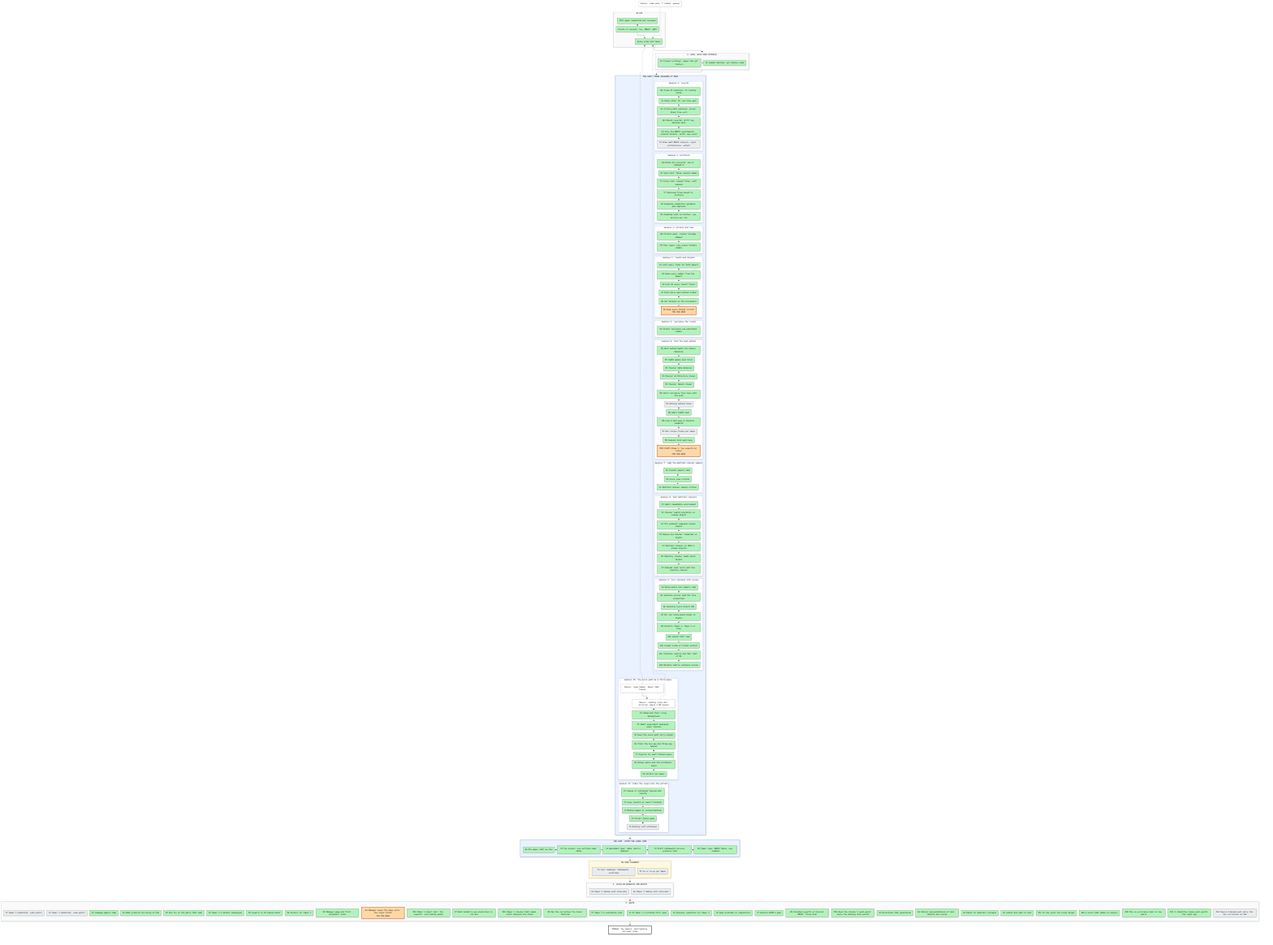
Above: artifacts/notes/progress/map.png in mo-rsa24/concept-composition (Mermaid), before the change. Its source is kept beside it as artifacts/notes/progress/map.mmd.
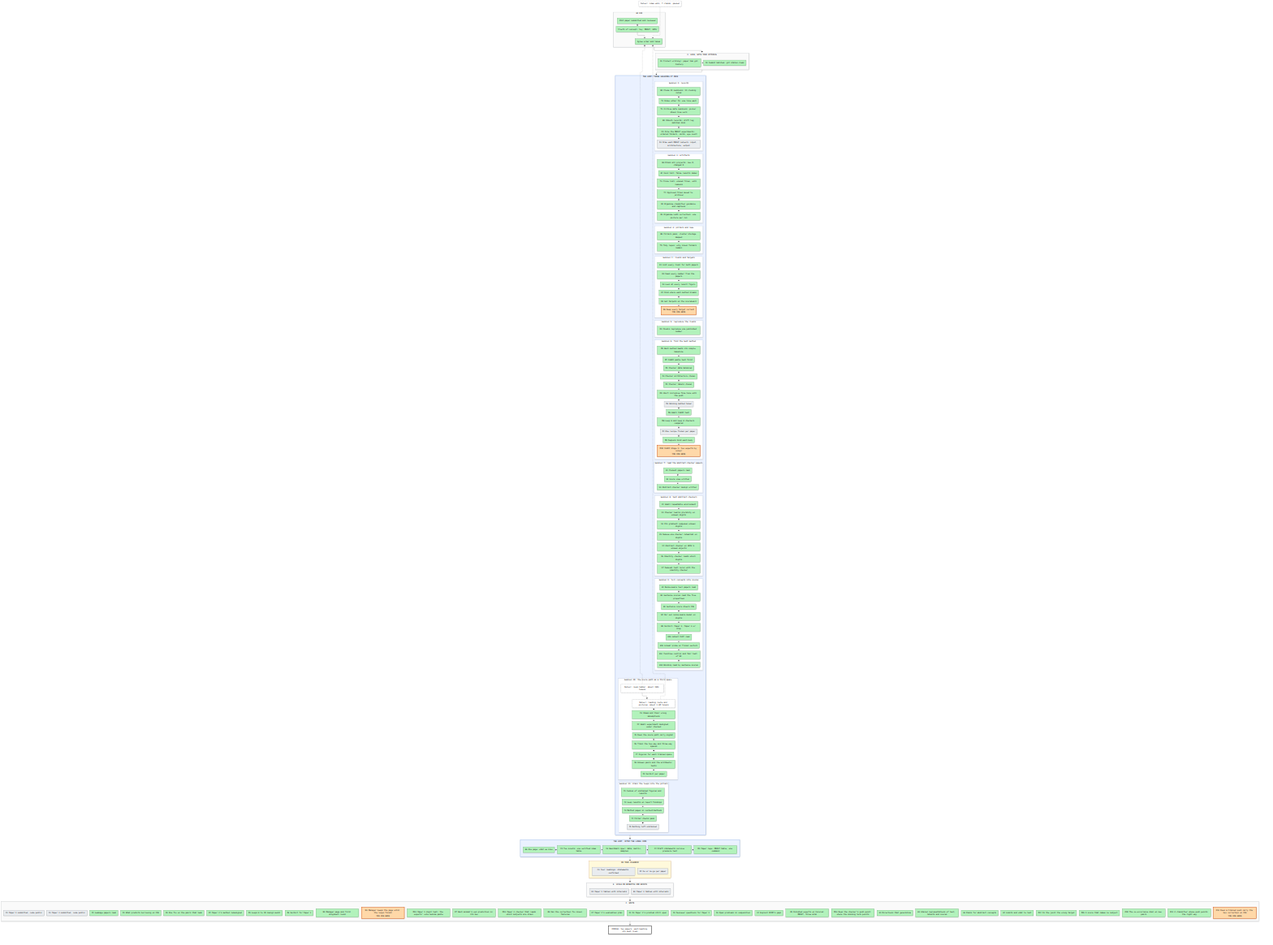
The same file after the commit.

The edit, as a diff of the source:
```diff
@@ -74,7 +74,7 @@
   end
   subgraph SF["F. WRITE"]
     direction LR
-    F1["F1 Paper 1 submitted, code public"]:::todo ~~~ F2["F2 Paper 2 submitted, code public"]:::todo ~~~ Z1["Z1 Leakage papers read"]:::done ~~~ Z2["Z2 What predicts borrowing on CO3"]:::done ~~~ Z3["Z3 One fix on the pairs that leak"]:::done ~~~ Z4["Z4 Paper 2's method redesigned"]:::done ~~~ Z5["Z5 Loops 8 to 10 design audit"]:::done ~~~ Z6["Z6 Verdict for Paper 2"]:::done ~~~ N1["N1 Manager page and first alignment round"]:::done ~~~ N2["N2 Manager keeps the page until the loops finish<br/>YOU ARE HERE"]:::doing ~~~ M11["M11 Paper 1 digit test: the experts' vote beside paste"]:::done ~~~ Z7["Z7 Each animal's own prediction in its box"]:::done ~~~ M12["M12 Paper 2 checker that reads which subjects are drawn"]:::done ~~~ Z8["Z8 Can the correction fix known failures"]:::done ~~~ K7["K7 Paper 1's evaluation plan"]:::done ~~~ G1["G1 Is Paper 2's problem still open"]:::done ~~~ G2["G2 Reviewer questions for Paper 1"]:::done ~~~ G3["G3 Open problems in composition"]:::done ~~~ G4["G4 Exploit DCFM's gaps"]:::done ~~~ Z9["Z9 Finished experts on Colored MNIST, three arms"]:::done ~~~ M13["M13 Does the checker's push point where the missing term points"]:::done ~~~ H1["H1 Directions that generalise"]:::done ~~~ H2["H2 Shared representations of text, latents and scores"]:::done ~~~ H3["H3 Dials for abstract concepts"]:::done ~~~ H4["H4 Limits and what to test"]:::done ~~~ M14["M14 Is the joint the wrong target"]:::done ~~~ M15["M15 A score that names no subject"]:::done ~~~ Z10["Z10 The co-occurrence dial on new pairs"]:::done ~~~ Z11["Z11 A classifier whose push points the right way"]:::done ~~~ Z12["Z12 Does a trained push carry the box correction on CO3"]:::todo
+    F1["F1 Paper 1 submitted, code public"]:::todo ~~~ F2["F2 Paper 2 submitted, code public"]:::todo ~~~ Z1["Z1 Leakage papers read"]:::done ~~~ Z2["Z2 What predicts borrowing on CO3"]:::done ~~~ Z3["Z3 One fix on the pairs that leak"]:::done ~~~ Z4["Z4 Paper 2's method redesigned"]:::done ~~~ Z5["Z5 Loops 8 to 10 design audit"]:::done ~~~ Z6["Z6 Verdict for Paper 2"]:::done ~~~ N1["N1 Manager page and first alignment round"]:::done ~~~ N2["N2 Manager keeps the page until the loops finish<br/>YOU ARE HERE"]:::doing ~~~ M11["M11 Paper 1 digit test: the experts' vote beside paste"]:::done ~~~ Z7["Z7 Each animal's own prediction in its box"]:::done ~~~ M12["M12 Paper 2 checker that reads which subjects are drawn"]:::done ~~~ Z8["Z8 Can the correction fix known failures"]:::done ~~~ K7["K7 Paper 1's evaluation plan"]:::done ~~~ G1["G1 Is Paper 2's problem still open"]:::done ~~~ G2["G2 Reviewer questions for Paper 1"]:::done ~~~ G3["G3 Open problems in composition"]:::done ~~~ G4["G4 Exploit DCFM's gaps"]:::done ~~~ Z9["Z9 Finished experts on Colored MNIST, three arms"]:::done ~~~ M13["M13 Does the checker's push point where the missing term points"]:::done ~~~ H1["H1 Directions that generalise"]:::done ~~~ H2["H2 Shared representations of text, latents and scores"]:::done ~~~ H3["H3 Dials for abstract concepts"]:::done ~~~ H4["H4 Limits and what to test"]:::done ~~~ M14["M14 Is the joint the wrong target"]:::done ~~~ M15["M15 A score that names no subject"]:::done ~~~ Z10["Z10 The co-occurrence dial on new pairs"]:::done ~~~ Z11["Z11 A classifier whose push points the right way"]:::done ~~~ Z12["Z12 Does a trained push carry the box correction on CO3<br/>YOU ARE HERE"]:::doing
   end
   GOAL["FINISH: two papers, each beating its best rival"]:::goal
   X0["Detour: idea walk, 7 claims, paused"]:::detour -.-> P2
```
